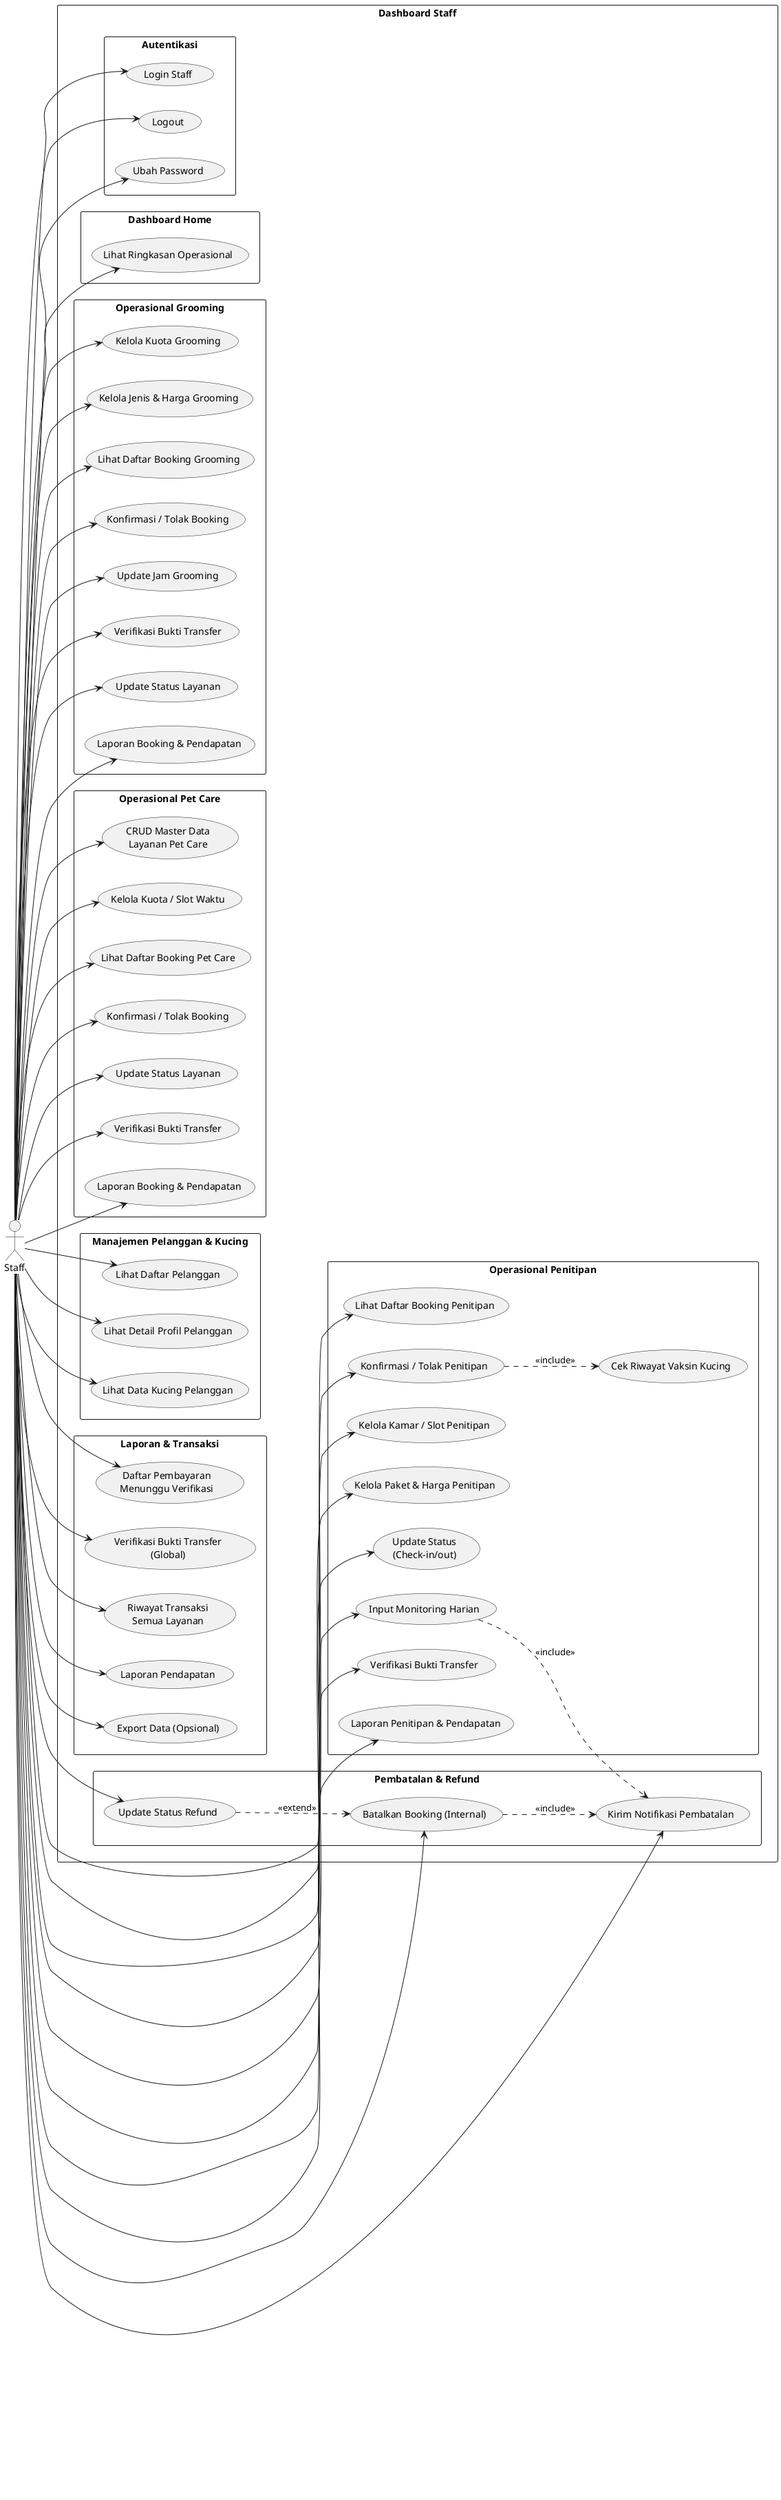
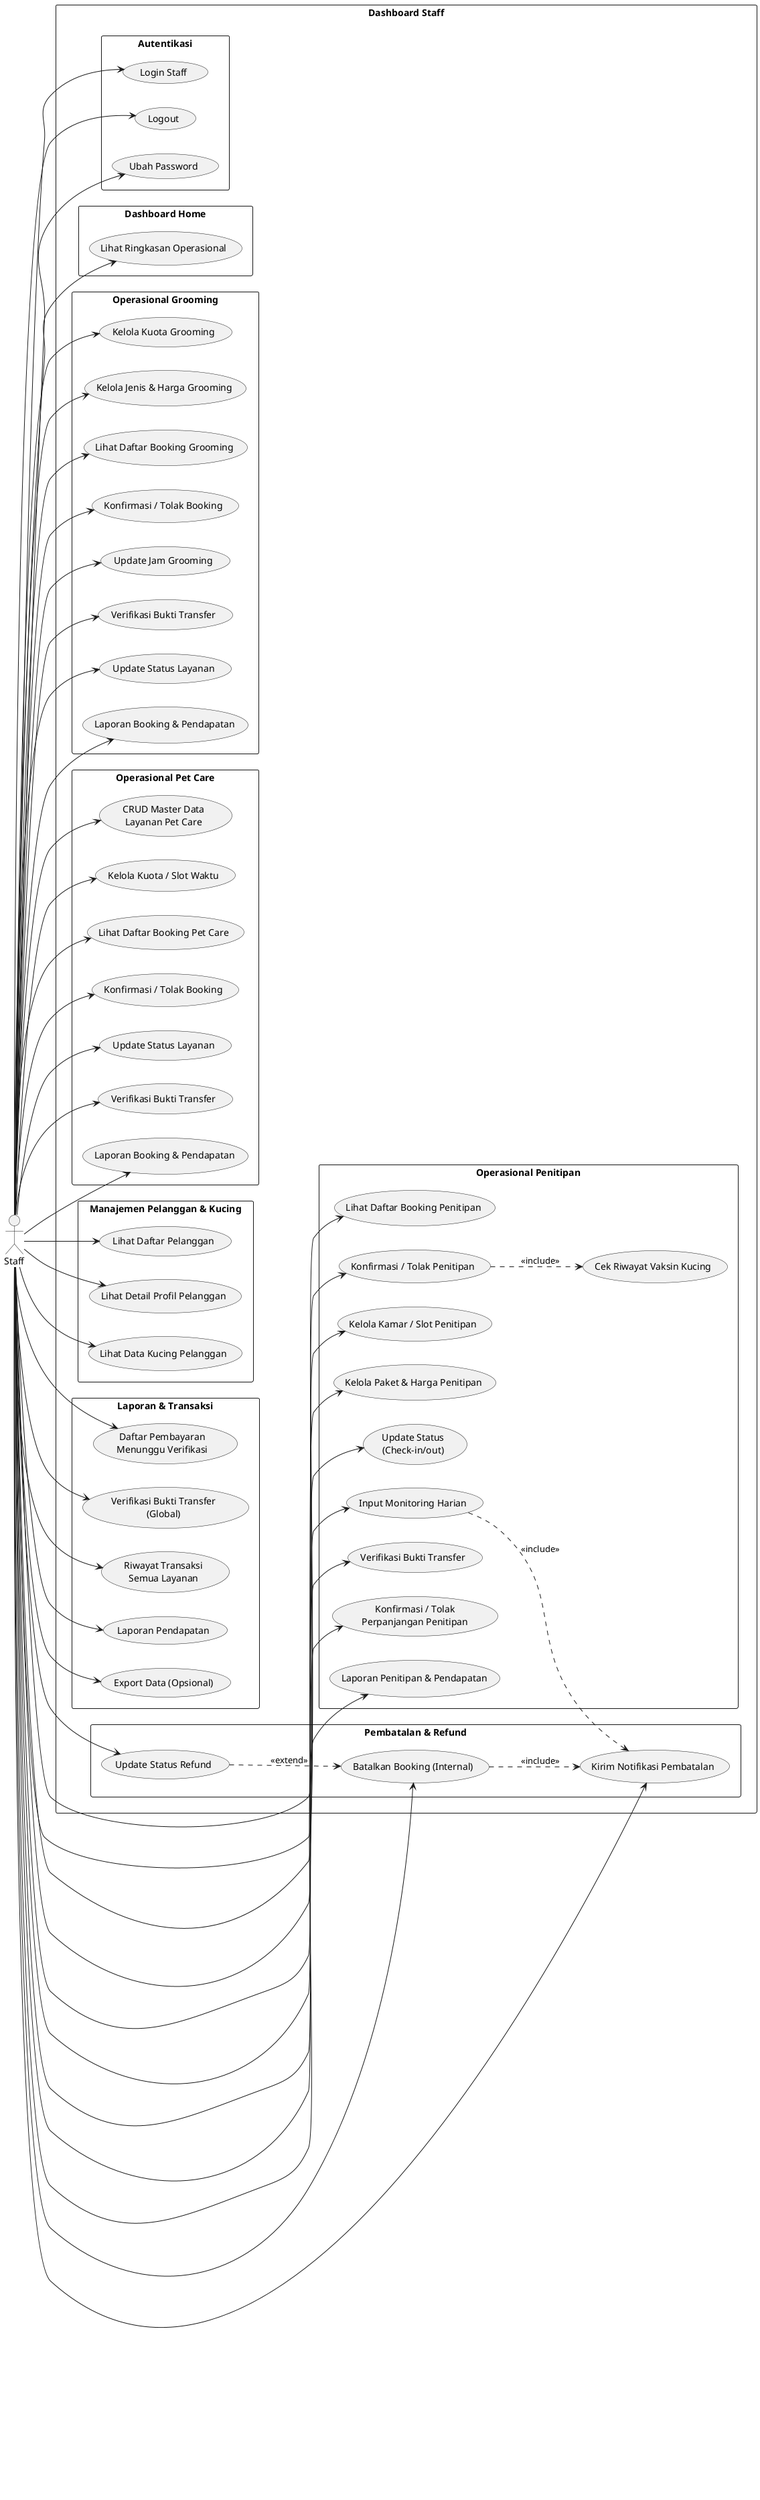
@startuml usecase-staff
left to right direction
skinparam packageStyle rectangle

actor Staff

rectangle "Dashboard Staff" {
  rectangle "Autentikasi" {
    usecase "Login Staff" as UC_LoginStaff
    usecase "Logout" as UC_LogoutStaff
    usecase "Ubah Password" as UC_UbahPwdStaff
  }

  rectangle "Dashboard Home" {
    usecase "Lihat Ringkasan Operasional" as UC_RingkasanStaff
  }

  rectangle "Operasional Grooming" {
    usecase "Kelola Kuota Grooming" as UC_KuotaGrooming
    usecase "Kelola Jenis & Harga Grooming" as UC_JenisHargaGrooming
    usecase "Lihat Daftar Booking Grooming" as UC_DaftarBookingGrooming
    usecase "Konfirmasi / Tolak Booking" as UC_KonfirmasiGrooming
    usecase "Update Jam Grooming" as UC_UpdateJamGrooming
    usecase "Verifikasi Bukti Transfer" as UC_VerifGrooming
    usecase "Update Status Layanan" as UC_StatusLayananGrooming
    usecase "Laporan Booking & Pendapatan" as UC_LaporanGrooming
  }

  rectangle "Operasional Penitipan" {
    usecase "Lihat Daftar Booking Penitipan" as UC_DaftarBookingPenitipan
    usecase "Konfirmasi / Tolak Penitipan" as UC_KonfirmasiPenitipan
    usecase "Cek Riwayat Vaksin Kucing" as UC_CekVaksin
    usecase "Kelola Kamar / Slot Penitipan" as UC_KamarPenitipan
    usecase "Kelola Paket & Harga Penitipan" as UC_PaketHargaPenitipan
    usecase "Update Status\n(Check-in/out)" as UC_StatusPenitipanStaff
    usecase "Input Monitoring Harian" as UC_InputMonitoring
    usecase "Verifikasi Bukti Transfer" as UC_VerifPenitipan
+     usecase "Konfirmasi / Tolak\nPerpanjangan Penitipan" as UC_KonfirmasiPerpanjangan
    usecase "Laporan Penitipan & Pendapatan" as UC_LaporanPenitipan
  }

  rectangle "Operasional Pet Care" {
    usecase "CRUD Master Data\nLayanan Pet Care" as UC_CRUDPetCare
    usecase "Kelola Kuota / Slot Waktu" as UC_KuotaPetCare
    usecase "Lihat Daftar Booking Pet Care" as UC_DaftarBookingPetCare
    usecase "Konfirmasi / Tolak Booking" as UC_KonfirmasiPetCare
    usecase "Update Status Layanan" as UC_StatusPetCareStaff
    usecase "Verifikasi Bukti Transfer" as UC_VerifPetCare
    usecase "Laporan Booking & Pendapatan" as UC_LaporanPetCare
  }

  rectangle "Manajemen Pelanggan & Kucing" {
    usecase "Lihat Daftar Pelanggan" as UC_DaftarPelanggan
    usecase "Lihat Detail Profil Pelanggan" as UC_DetailPelanggan
    usecase "Lihat Data Kucing Pelanggan" as UC_LihatKucingPelanggan
  }

  rectangle "Laporan & Transaksi" {
    usecase "Daftar Pembayaran\nMenunggu Verifikasi" as UC_DaftarVerif
    usecase "Verifikasi Bukti Transfer\n(Global)" as UC_VerifTransfer
    usecase "Riwayat Transaksi\nSemua Layanan" as UC_RiwayatTransaksiStaff
    usecase "Laporan Pendapatan" as UC_LaporanPendapatan
    usecase "Export Data (Opsional)" as UC_ExportData
  }

  rectangle "Pembatalan & Refund" {
    usecase "Batalkan Booking (Internal)" as UC_BatalInternal
    usecase "Update Status Refund" as UC_UpdateRefund
    usecase "Kirim Notifikasi Pembatalan" as UC_NotifBatal
  }
}

Staff --> UC_LoginStaff
Staff --> UC_LogoutStaff
Staff --> UC_UbahPwdStaff
Staff --> UC_RingkasanStaff
Staff --> UC_KuotaGrooming
Staff --> UC_JenisHargaGrooming
Staff --> UC_DaftarBookingGrooming
Staff --> UC_KonfirmasiGrooming
Staff --> UC_UpdateJamGrooming
Staff --> UC_VerifGrooming
Staff --> UC_StatusLayananGrooming
Staff --> UC_LaporanGrooming
Staff --> UC_DaftarBookingPenitipan
Staff --> UC_KonfirmasiPenitipan
Staff --> UC_KamarPenitipan
Staff --> UC_PaketHargaPenitipan
Staff --> UC_StatusPenitipanStaff
Staff --> UC_InputMonitoring
Staff --> UC_VerifPenitipan
+ Staff --> UC_KonfirmasiPerpanjangan
Staff --> UC_LaporanPenitipan
Staff --> UC_CRUDPetCare
Staff --> UC_KuotaPetCare
Staff --> UC_DaftarBookingPetCare
Staff --> UC_KonfirmasiPetCare
Staff --> UC_StatusPetCareStaff
Staff --> UC_VerifPetCare
Staff --> UC_LaporanPetCare
Staff --> UC_DaftarPelanggan
Staff --> UC_DetailPelanggan
Staff --> UC_LihatKucingPelanggan
Staff --> UC_DaftarVerif
Staff --> UC_VerifTransfer
Staff --> UC_RiwayatTransaksiStaff
Staff --> UC_LaporanPendapatan
Staff --> UC_ExportData
Staff --> UC_BatalInternal
Staff --> UC_UpdateRefund
Staff --> UC_NotifBatal

UC_KonfirmasiPenitipan ..> UC_CekVaksin : <<include>>
UC_BatalInternal ..> UC_NotifBatal : <<include>>
UC_InputMonitoring ..> UC_NotifBatal : <<include>>
UC_UpdateRefund ..> UC_BatalInternal : <<extend>>

@enduml
